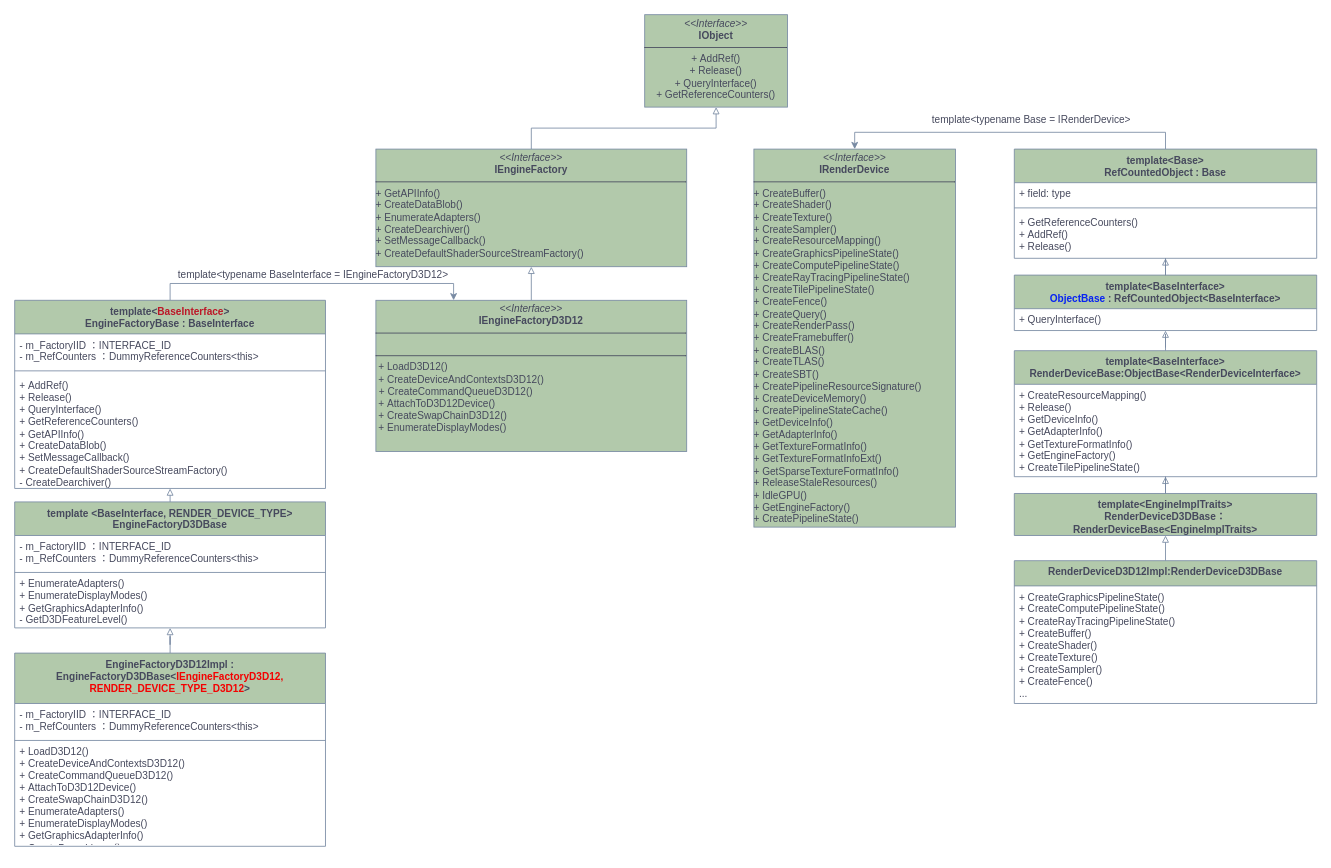
This is DiligentEngine.drawio from Finnhe/Computer-Graphics, a draw.io file, before an edit. Source tidied: cells renumbered, new cells numbered last; positions are measured from the earlier drawing's top-left corner, leaving out a move shared by most shapes. Both pictures are drawn from the tidied source at 84%, with x=0, y=0 at pixel (14, 14).
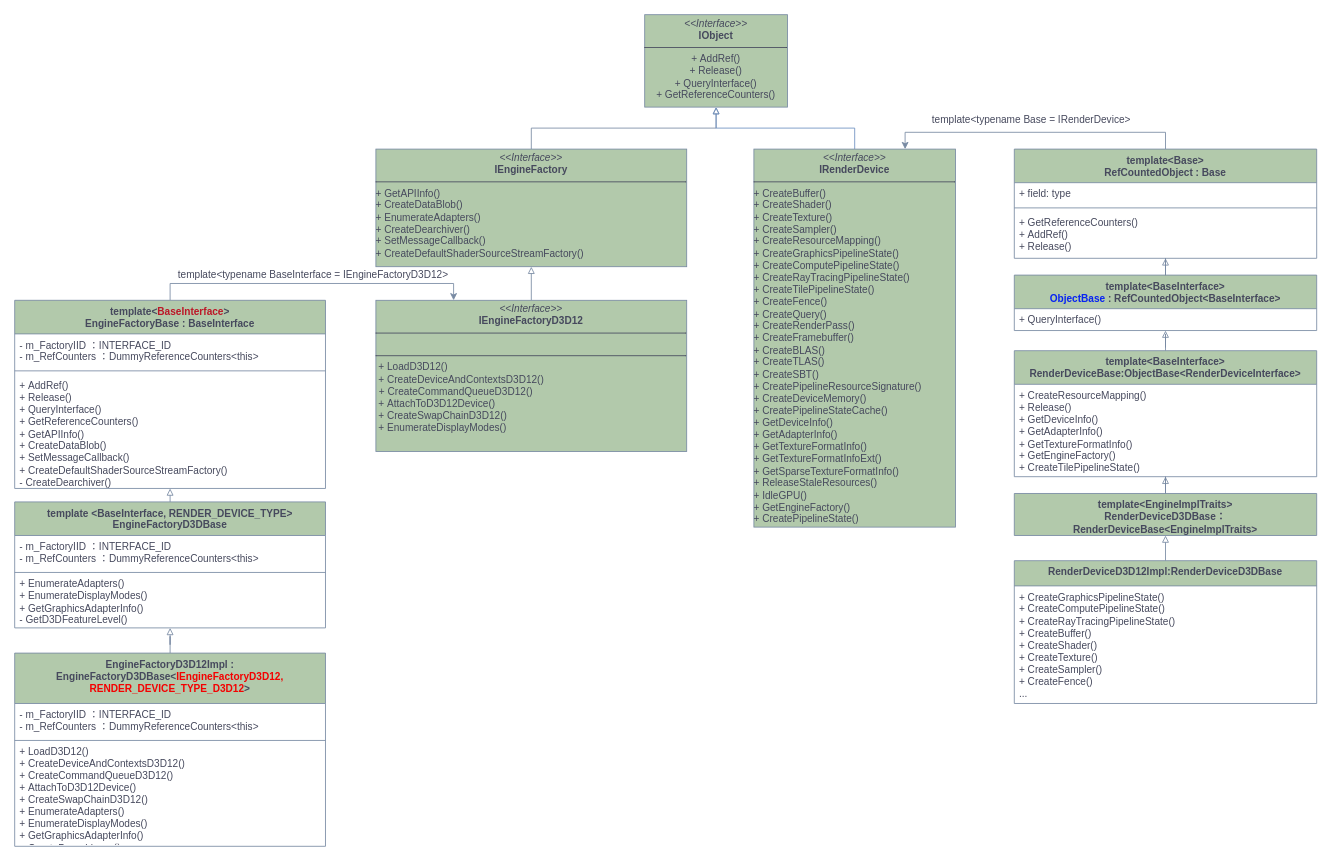
Above is the later version.

The change refers to these unchanged cells:
```xml
<mxCell id="2" value="&lt;p style=&quot;margin: 4px 0px 0px;&quot;&gt;&lt;i&gt;&amp;lt;&amp;lt;Interface&amp;gt;&amp;gt;&lt;/i&gt;&lt;br&gt;&lt;b&gt;IObject&lt;/b&gt;&lt;/p&gt;&lt;hr size=&quot;1&quot; style=&quot;border-style:solid;&quot;&gt;&lt;p style=&quot;margin:0px;margin-left:4px;&quot;&gt;&lt;/p&gt;&lt;p style=&quot;margin:0px;margin-left:4px;&quot;&gt;&lt;/p&gt;&lt;div style=&quot;&quot;&gt;&lt;div&gt;&lt;span style=&quot;background-color: initial;&quot;&gt;+&amp;nbsp;&lt;/span&gt;&lt;span style=&quot;background-color: initial;&quot;&gt;AddRef()&lt;/span&gt;&lt;/div&gt;&lt;div&gt;&lt;span style=&quot;background-color: initial;&quot;&gt;+&amp;nbsp;&lt;/span&gt;&lt;span style=&quot;background-color: initial;&quot;&gt;Release()&lt;/span&gt;&lt;/div&gt;&lt;/div&gt;&lt;div style=&quot;&quot;&gt;&lt;span style=&quot;background-color: initial;&quot;&gt;+ QueryInterface&lt;/span&gt;&lt;span style=&quot;background-color: initial;&quot;&gt;()&lt;/span&gt;&lt;/div&gt;&lt;div style=&quot;&quot;&gt;&lt;span style=&quot;background-color: initial;&quot;&gt;+&amp;nbsp;&lt;/span&gt;&lt;span style=&quot;background-color: initial;&quot;&gt;GetReferenceCounters()&lt;/span&gt;&lt;/div&gt;&lt;p&gt;&lt;/p&gt;" style="verticalAlign=middle;align=center;overflow=fill;html=1;whiteSpace=wrap;labelBackgroundColor=none;fillColor=#B2C9AB;strokeColor=#788AA3;fontColor=#46495D;" parent="1" vertex="1">
  <mxGeometry x="750" width="170" height="110" as="geometry" />
</mxCell>
<mxCell id="22" value="&lt;p style=&quot;margin: 4px 0px 0px;&quot;&gt;&lt;i&gt;&amp;lt;&amp;lt;Interface&amp;gt;&amp;gt;&lt;/i&gt;&lt;br&gt;&lt;b&gt;IRenderDevice&lt;/b&gt;&lt;/p&gt;&lt;hr size=&quot;1&quot; style=&quot;border-style:solid;&quot;&gt;&lt;p style=&quot;margin:0px;margin-left:4px;&quot;&gt;&lt;/p&gt;&lt;p style=&quot;margin:0px;margin-left:4px;&quot;&gt;&lt;/p&gt;&lt;div style=&quot;&quot;&gt;&lt;div style=&quot;text-align: left;&quot;&gt;&lt;span style=&quot;background-color: initial;&quot;&gt;+&amp;nbsp;&lt;/span&gt;&lt;span style=&quot;background-color: initial;&quot;&gt;CreateBuffer()&lt;/span&gt;&lt;/div&gt;&lt;div style=&quot;text-align: left;&quot;&gt;&lt;span style=&quot;background-color: initial;&quot;&gt;+&amp;nbsp;&lt;/span&gt;&lt;span style=&quot;background-color: initial;&quot;&gt;CreateShader()&lt;/span&gt;&lt;/div&gt;&lt;/div&gt;&lt;div style=&quot;text-align: left;&quot;&gt;&lt;span style=&quot;background-color: initial;&quot;&gt;+&amp;nbsp;&lt;/span&gt;&lt;span style=&quot;background-color: initial;&quot;&gt;CreateTexture()&lt;/span&gt;&lt;/div&gt;&lt;div style=&quot;text-align: left;&quot;&gt;&lt;span style=&quot;background-color: initial;&quot;&gt;+&amp;nbsp;&lt;/span&gt;&lt;span style=&quot;background-color: initial;&quot;&gt;CreateSampler()&lt;/span&gt;&lt;/div&gt;&lt;div style=&quot;text-align: left;&quot;&gt;&lt;span style=&quot;background-color: initial;&quot;&gt;+&amp;nbsp;&lt;/span&gt;&lt;span style=&quot;background-color: initial;&quot;&gt;CreateResourceMapping()&lt;/span&gt;&lt;/div&gt;&lt;div style=&quot;text-align: left;&quot;&gt;&lt;span style=&quot;background-color: initial;&quot;&gt;+&amp;nbsp;&lt;/span&gt;&lt;span style=&quot;background-color: initial;&quot;&gt;CreateGraphicsPipelineState()&lt;/span&gt;&lt;/div&gt;&lt;div style=&quot;text-align: left;&quot;&gt;&lt;span style=&quot;background-color: initial;&quot;&gt;+&amp;nbsp;&lt;/span&gt;&lt;span style=&quot;background-color: initial; text-align: center;&quot;&gt;CreateComputePipelineState()&lt;/span&gt;&lt;/div&gt;&lt;div style=&quot;text-align: left;&quot;&gt;&lt;span style=&quot;background-color: initial; text-align: center;&quot;&gt;+&amp;nbsp;&lt;/span&gt;&lt;span style=&quot;background-color: initial; text-align: center;&quot;&gt;CreateRayTracingPipelineState()&lt;/span&gt;&lt;/div&gt;&lt;div style=&quot;text-align: left;&quot;&gt;&lt;span style=&quot;background-color: initial; text-align: center;&quot;&gt;+&amp;nbsp;&lt;/span&gt;&lt;span style=&quot;background-color: initial; text-align: center;&quot;&gt;CreateTilePipelineState()&lt;/span&gt;&lt;/div&gt;&lt;div style=&quot;text-align: left;&quot;&gt;&lt;span style=&quot;background-color: initial; text-align: center;&quot;&gt;+&amp;nbsp;&lt;/span&gt;&lt;span style=&quot;background-color: initial; text-align: center;&quot;&gt;CreateFence()&lt;/span&gt;&lt;/div&gt;&lt;div style=&quot;text-align: left;&quot;&gt;&lt;span style=&quot;background-color: initial; text-align: center;&quot;&gt;+ CreateQuery()&lt;/span&gt;&lt;/div&gt;&lt;div style=&quot;text-align: left;&quot;&gt;&lt;span style=&quot;background-color: initial; text-align: center;&quot;&gt;+&amp;nbsp;&lt;/span&gt;&lt;span style=&quot;background-color: initial; text-align: center;&quot;&gt;CreateRenderPass()&lt;/span&gt;&lt;/div&gt;&lt;div style=&quot;text-align: left;&quot;&gt;&lt;span style=&quot;background-color: initial; text-align: center;&quot;&gt;+&amp;nbsp;&lt;/span&gt;&lt;span style=&quot;background-color: initial; text-align: center;&quot;&gt;CreateFramebuffer()&lt;/span&gt;&lt;/div&gt;&lt;div style=&quot;text-align: left;&quot;&gt;&lt;span style=&quot;background-color: initial; text-align: center;&quot;&gt;+&amp;nbsp;&lt;/span&gt;&lt;span style=&quot;background-color: initial; text-align: center;&quot;&gt;CreateBLAS()&lt;/span&gt;&lt;/div&gt;&lt;div style=&quot;text-align: left;&quot;&gt;&lt;span style=&quot;background-color: initial; text-align: center;&quot;&gt;+&amp;nbsp;&lt;/span&gt;&lt;span style=&quot;background-color: initial; text-align: center;&quot;&gt;CreateTLAS()&lt;/span&gt;&lt;/div&gt;&lt;div style=&quot;text-align: left;&quot;&gt;&lt;span style=&quot;background-color: initial; text-align: center;&quot;&gt;+&amp;nbsp;&lt;/span&gt;&lt;span style=&quot;background-color: initial; text-align: center;&quot;&gt;CreateSBT()&lt;/span&gt;&lt;/div&gt;&lt;div style=&quot;text-align: left;&quot;&gt;&lt;span style=&quot;background-color: initial; text-align: center;&quot;&gt;+&amp;nbsp;&lt;/span&gt;&lt;span style=&quot;background-color: initial; text-align: center;&quot;&gt;CreatePipelineResourceSignature()&lt;/span&gt;&lt;/div&gt;&lt;div style=&quot;text-align: left;&quot;&gt;&lt;span style=&quot;background-color: initial; text-align: center;&quot;&gt;+&amp;nbsp;&lt;/span&gt;&lt;span style=&quot;background-color: initial; text-align: center;&quot;&gt;CreateDeviceMemory()&lt;/span&gt;&lt;/div&gt;&lt;div style=&quot;text-align: left;&quot;&gt;&lt;span style=&quot;background-color: initial; text-align: center;&quot;&gt;+&amp;nbsp;&lt;/span&gt;&lt;span style=&quot;background-color: initial; text-align: center;&quot;&gt;CreatePipelineStateCache()&lt;/span&gt;&lt;/div&gt;&lt;div style=&quot;text-align: left;&quot;&gt;&lt;span style=&quot;background-color: initial; text-align: center;&quot;&gt;+&amp;nbsp;&lt;/span&gt;&lt;span style=&quot;background-color: initial; text-align: center;&quot;&gt;GetDeviceInfo()&lt;/span&gt;&lt;/div&gt;&lt;div style=&quot;text-align: left;&quot;&gt;&lt;span style=&quot;background-color: initial; text-align: center;&quot;&gt;+&amp;nbsp;&lt;/span&gt;&lt;span style=&quot;background-color: initial; text-align: center;&quot;&gt;GetAdapterInfo()&lt;/span&gt;&lt;/div&gt;&lt;div style=&quot;text-align: left;&quot;&gt;&lt;span style=&quot;background-color: initial; text-align: center;&quot;&gt;+&amp;nbsp;&lt;/span&gt;&lt;span style=&quot;background-color: initial; text-align: center;&quot;&gt;GetTextureFormatInfo()&lt;/span&gt;&lt;/div&gt;&lt;div style=&quot;text-align: left;&quot;&gt;&lt;span style=&quot;background-color: initial; text-align: center;&quot;&gt;+&amp;nbsp;&lt;/span&gt;&lt;span style=&quot;background-color: initial; text-align: center;&quot;&gt;GetTextureFormatInfoExt()&lt;/span&gt;&lt;/div&gt;&lt;div style=&quot;text-align: left;&quot;&gt;&lt;span style=&quot;background-color: initial; text-align: center;&quot;&gt;+&amp;nbsp;&lt;/span&gt;&lt;span style=&quot;background-color: initial; text-align: center;&quot;&gt;GetSparseTextureFormatInfo()&lt;/span&gt;&lt;/div&gt;&lt;div style=&quot;text-align: left;&quot;&gt;&lt;span style=&quot;background-color: initial; text-align: center;&quot;&gt;+&amp;nbsp;&lt;/span&gt;&lt;span style=&quot;background-color: initial; text-align: center;&quot;&gt;ReleaseStaleResources()&lt;/span&gt;&lt;/div&gt;&lt;div style=&quot;text-align: left;&quot;&gt;&lt;span style=&quot;background-color: initial; text-align: center;&quot;&gt;+&amp;nbsp;&lt;/span&gt;&lt;span style=&quot;background-color: initial; text-align: center;&quot;&gt;IdleGPU()&lt;/span&gt;&lt;/div&gt;&lt;div style=&quot;text-align: left;&quot;&gt;&lt;span style=&quot;background-color: initial; text-align: center;&quot;&gt;+&amp;nbsp;&lt;/span&gt;&lt;span style=&quot;background-color: initial; text-align: center;&quot;&gt;GetEngineFactory()&lt;/span&gt;&lt;/div&gt;&lt;div style=&quot;text-align: left;&quot;&gt;&lt;span style=&quot;background-color: initial; text-align: center;&quot;&gt;+&amp;nbsp;&lt;/span&gt;&lt;span style=&quot;background-color: initial; text-align: center;&quot;&gt;CreatePipelineState()&lt;/span&gt;&lt;/div&gt;&lt;p&gt;&lt;/p&gt;" style="verticalAlign=middle;align=center;overflow=fill;html=1;whiteSpace=wrap;labelBackgroundColor=none;fillColor=#B2C9AB;strokeColor=#788AA3;fontColor=#46495D;" parent="1" vertex="1">
  <mxGeometry x="880" y="160" width="240" height="450" as="geometry" />
</mxCell>
<mxCell id="24" value="&lt;div&gt;template&amp;lt;Base&amp;gt;&lt;/div&gt;RefCountedObject : Base" style="swimlane;fontStyle=1;align=center;verticalAlign=top;horizontal=1;startSize=40;whiteSpace=wrap;html=1;strokeColor=#788AA3;fontColor=#46495D;fillColor=#B2C9AB;" parent="1" vertex="1">
  <mxGeometry x="1190" y="160" width="360" height="130" as="geometry" />
</mxCell>
```

Change to the diagram source:
```diff
@@
+    <mxCell id="41" style="edgeStyle=orthogonalEdgeStyle;rounded=0;jettySize=auto;html=1;exitX=0.5;exitY=0;exitDx=0;exitDy=0;endArrow=block;endFill=0;fillColor=#dae8fc;strokeColor=#6c8ebf;" parent="1" edge="1" source="22" target="2">
+      <mxGeometry relative="1" as="geometry" />
+    </mxCell>
@@
-    <mxCell id="23" style="edgeStyle=orthogonalEdgeStyle;rounded=0;jettySize=auto;html=1;exitX=0.5;exitY=0;exitDx=0;exitDy=0;entryX=0.5;entryY=0;entryDx=0;entryDy=0;strokeColor=#788AA3;fontColor=#46495D;fillColor=#B2C9AB;" parent="1" edge="1" source="24" target="22">
+    <mxCell id="23" style="edgeStyle=orthogonalEdgeStyle;rounded=0;jettySize=auto;html=1;exitX=0.5;exitY=0;exitDx=0;exitDy=0;entryX=0.75;entryY=0;entryDx=0;entryDy=0;strokeColor=#788AA3;fontColor=#46495D;fillColor=#B2C9AB;" parent="1" edge="1" source="24" target="22">
       <mxGeometry relative="1" as="geometry" />
     </mxCell>
```
